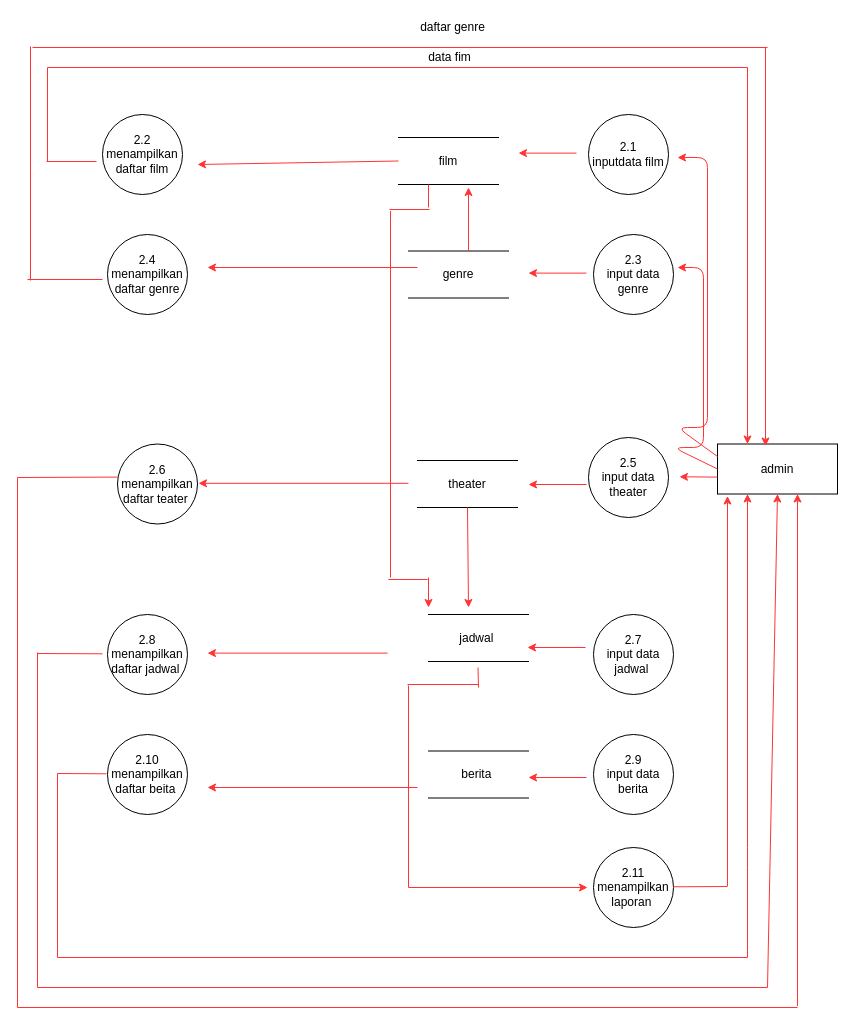
dindatsniaa/perpstakaan keeps this draw.io diagram as page "Page-4" (4 of 5) of Untitled Diagram.drawio. Above is the earlier version. Source tidied: cells renumbered, new cells numbered last; positions are measured from the earlier drawing's top-left corner, leaving out a move shared by most shapes. Both pictures are drawn from the tidied source at 100%, with x=0, y=0 at pixel (17, 17).
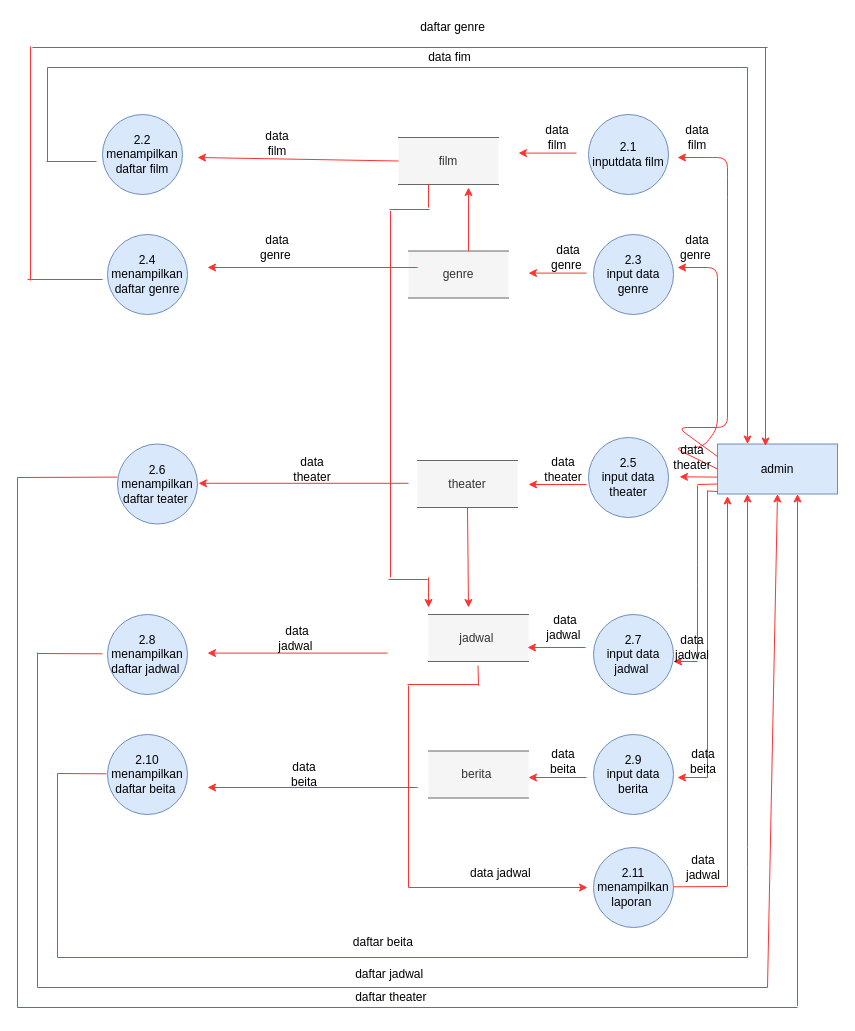
After the change.

What changed in the source:
```diff
@@
-    <mxCell id="2" value="2.2&lt;br&gt;menampilkan daftar film" style="ellipse;whiteSpace=wrap;html=1;" parent="1" vertex="1">
+    <mxCell id="2" value="2.2&lt;br&gt;menampilkan daftar film" style="ellipse;whiteSpace=wrap;html=1;fillColor=#dae8fc;strokeColor=#6c8ebf;" parent="1" vertex="1">
       <mxGeometry x="85" y="97" width="80" height="80" as="geometry" />
     </mxCell>
-    <mxCell id="3" value="2.4&lt;br&gt;menampilkan daftar genre" style="ellipse;whiteSpace=wrap;html=1;" parent="1" vertex="1">
+    <mxCell id="3" value="2.4&lt;br&gt;menampilkan daftar genre" style="ellipse;whiteSpace=wrap;html=1;fillColor=#dae8fc;strokeColor=#6c8ebf;" parent="1" vertex="1">
       <mxGeometry x="90" y="217" width="80" height="80" as="geometry" />
     </mxCell>
-    <mxCell id="4" value="2.6&lt;br&gt;menampilkan daftar teater&amp;nbsp;" style="ellipse;whiteSpace=wrap;html=1;" parent="1" vertex="1">
+    <mxCell id="4" value="2.6&lt;br&gt;menampilkan daftar teater&amp;nbsp;" style="ellipse;whiteSpace=wrap;html=1;fillColor=#dae8fc;strokeColor=#6c8ebf;" parent="1" vertex="1">
       <mxGeometry x="100" y="426.5" width="80" height="80" as="geometry" />
     </mxCell>
-    <mxCell id="5" value="2.8&lt;br&gt;menampilkan daftar jadwal&amp;nbsp;" style="ellipse;whiteSpace=wrap;html=1;" parent="1" vertex="1">
+    <mxCell id="5" value="2.8&lt;br&gt;menampilkan daftar jadwal&amp;nbsp;" style="ellipse;whiteSpace=wrap;html=1;fillColor=#dae8fc;strokeColor=#6c8ebf;" parent="1" vertex="1">
       <mxGeometry x="90" y="597" width="80" height="80" as="geometry" />
     </mxCell>
-    <mxCell id="6" value="2.10&lt;br&gt;menampilkan daftar beita&amp;nbsp;" style="ellipse;whiteSpace=wrap;html=1;" parent="1" vertex="1">
+    <mxCell id="6" value="2.10&lt;br&gt;menampilkan daftar beita&amp;nbsp;" style="ellipse;whiteSpace=wrap;html=1;fillColor=#dae8fc;strokeColor=#6c8ebf;" parent="1" vertex="1">
       <mxGeometry x="90" y="717" width="80" height="80" as="geometry" />
     </mxCell>
-    <mxCell id="7" value="2.1&lt;br&gt;inputdata film" style="ellipse;whiteSpace=wrap;html=1;" parent="1" vertex="1">
+    <mxCell id="7" value="2.1&lt;br&gt;inputdata film" style="ellipse;whiteSpace=wrap;html=1;fillColor=#dae8fc;strokeColor=#6c8ebf;" parent="1" vertex="1">
       <mxGeometry x="571" y="97" width="80" height="80" as="geometry" />
     </mxCell>
-    <mxCell id="8" value="2.3&lt;br&gt;input data genre" style="ellipse;whiteSpace=wrap;html=1;" parent="1" vertex="1">
+    <mxCell id="8" value="2.3&lt;br&gt;input data genre" style="ellipse;whiteSpace=wrap;html=1;fillColor=#dae8fc;strokeColor=#6c8ebf;" parent="1" vertex="1">
       <mxGeometry x="576" y="217" width="80" height="80" as="geometry" />
     </mxCell>
-    <mxCell id="9" value="2.5&lt;br&gt;input data theater" style="ellipse;whiteSpace=wrap;html=1;" parent="1" vertex="1">
+    <mxCell id="9" value="2.5&lt;br&gt;input data theater" style="ellipse;whiteSpace=wrap;html=1;fillColor=#dae8fc;strokeColor=#6c8ebf;" parent="1" vertex="1">
       <mxGeometry x="571" y="420" width="80" height="80" as="geometry" />
     </mxCell>
-    <mxCell id="10" value="2.7&lt;br&gt;input data jadwal&amp;nbsp;" style="ellipse;whiteSpace=wrap;html=1;" parent="1" vertex="1">
+    <mxCell id="10" value="2.7&lt;br&gt;input data jadwal&amp;nbsp;" style="ellipse;whiteSpace=wrap;html=1;fillColor=#dae8fc;strokeColor=#6c8ebf;" parent="1" vertex="1">
       <mxGeometry x="576" y="597" width="80" height="80" as="geometry" />
     </mxCell>
-    <mxCell id="11" value="2.9&lt;br&gt;input data berita" style="ellipse;whiteSpace=wrap;html=1;" parent="1" vertex="1">
+    <mxCell id="11" value="2.9&lt;br&gt;input data berita" style="ellipse;whiteSpace=wrap;html=1;fillColor=#dae8fc;strokeColor=#6c8ebf;" parent="1" vertex="1">
       <mxGeometry x="576" y="717" width="80" height="80" as="geometry" />
     </mxCell>
-    <mxCell id="12" value="2.11&lt;br&gt;menampilkan laporan&amp;nbsp;" style="ellipse;whiteSpace=wrap;html=1;" parent="1" vertex="1">
+    <mxCell id="12" value="2.11&lt;br&gt;menampilkan laporan&amp;nbsp;" style="ellipse;whiteSpace=wrap;html=1;fillColor=#dae8fc;strokeColor=#6c8ebf;" parent="1" vertex="1">
       <mxGeometry x="576" y="830" width="80" height="80" as="geometry" />
     </mxCell>
-    <mxCell id="13" value="film" style="shape=partialRectangle;whiteSpace=wrap;html=1;left=0;right=0;fillColor=none;" parent="1" vertex="1">
+    <mxCell id="13" value="film" style="shape=partialRectangle;whiteSpace=wrap;html=1;left=0;right=0;fillColor=#f5f5f5;strokeColor=#666666;fontColor=#333333;" parent="1" vertex="1">
       <mxGeometry x="381" y="120" width="100" height="47" as="geometry" />
     </mxCell>
-    <mxCell id="14" value="genre" style="shape=partialRectangle;whiteSpace=wrap;html=1;left=0;right=0;fillColor=none;" parent="1" vertex="1">
+    <mxCell id="14" value="genre" style="shape=partialRectangle;whiteSpace=wrap;html=1;left=0;right=0;fillColor=#f5f5f5;strokeColor=#666666;fontColor=#333333;" parent="1" vertex="1">
       <mxGeometry x="391" y="233.5" width="100" height="47" as="geometry" />
     </mxCell>
-    <mxCell id="15" value="theater" style="shape=partialRectangle;whiteSpace=wrap;html=1;left=0;right=0;fillColor=none;" parent="1" vertex="1">
+    <mxCell id="15" value="theater" style="shape=partialRectangle;whiteSpace=wrap;html=1;left=0;right=0;fillColor=#f5f5f5;strokeColor=#666666;fontColor=#333333;" parent="1" vertex="1">
       <mxGeometry x="400" y="443" width="100" height="47" as="geometry" />
     </mxCell>
-    <mxCell id="16" value="jadwal&amp;nbsp;" style="shape=partialRectangle;whiteSpace=wrap;html=1;left=0;right=0;fillColor=none;" parent="1" vertex="1">
+    <mxCell id="16" value="jadwal&amp;nbsp;" style="shape=partialRectangle;whiteSpace=wrap;html=1;left=0;right=0;fillColor=#f5f5f5;strokeColor=#666666;fontColor=#333333;" parent="1" vertex="1">
       <mxGeometry x="411" y="597" width="100" height="47" as="geometry" />
     </mxCell>
-    <mxCell id="17" value="berita&amp;nbsp;" style="shape=partialRectangle;whiteSpace=wrap;html=1;left=0;right=0;fillColor=none;" parent="1" vertex="1">
+    <mxCell id="17" value="berita&amp;nbsp;" style="shape=partialRectangle;whiteSpace=wrap;html=1;left=0;right=0;fillColor=#f5f5f5;strokeColor=#666666;fontColor=#333333;" parent="1" vertex="1">
       <mxGeometry x="411" y="733.5" width="100" height="47" as="geometry" />
     </mxCell>
-    <mxCell id="18" value="admin" style="rounded=0;whiteSpace=wrap;html=1;" parent="1" vertex="1">
+    <mxCell id="18" value="admin" style="rounded=0;whiteSpace=wrap;html=1;fillColor=#dae8fc;strokeColor=#6c8ebf;" parent="1" vertex="1">
       <mxGeometry x="700" y="426.5" width="120" height="50" as="geometry" />
     </mxCell>
@@
     <mxCell id="27" style="endArrow=classic;html=1;strokeColor=#FF3333;exitX=0;exitY=0.5;exitDx=0;exitDy=0;" parent="1" edge="1" source="13">
       <mxGeometry relative="1" as="geometry">
-        <mxPoint x="180" y="147" as="targetPoint" />
+        <mxPoint x="180" y="140" as="targetPoint" />
       </mxGeometry>
     </mxCell>
@@
     <mxCell id="58" style="endArrow=classic;html=1;strokeColor=#FF3333;exitX=0;exitY=0.25;exitDx=0;exitDy=0;" parent="1" edge="1" source="18">
       <mxGeometry relative="1" as="geometry">
         <mxPoint x="660" y="140" as="targetPoint" />
         <Array as="points">
           <mxPoint x="660" y="410" />
-          <mxPoint x="690" y="410" />
+          <mxPoint x="710" y="410" />
+          <mxPoint x="710" y="170" />
+          <mxPoint x="710" y="140" />
           <mxPoint x="690" y="140" />
         </Array>
       </mxGeometry>
     </mxCell>
     <mxCell id="59" style="endArrow=classic;html=1;strokeColor=#FF3333;exitX=0;exitY=0.5;exitDx=0;exitDy=0;" parent="1" edge="1" source="18">
       <mxGeometry relative="1" as="geometry">
         <mxPoint x="660" y="250" as="targetPoint" />
         <Array as="points">
           <mxPoint x="656" y="430" />
           <mxPoint x="686" y="430" />
-          <mxPoint x="686" y="250" />
+          <mxPoint x="700" y="410" />
+          <mxPoint x="700" y="250" />
         </Array>
       </mxGeometry>
     </mxCell>
@@
     <mxCell id="61" style="endArrow=none;html=1;strokeColor=#FF3333;" parent="1" edge="1">
       <mxGeometry relative="1" as="geometry">
-        <mxPoint x="461" y="670" as="sourcePoint" />
-        <mxPoint x="460.5" y="650" as="targetPoint" />
+        <mxPoint x="461" y="668" as="sourcePoint" />
+        <mxPoint x="460.5" y="648" as="targetPoint" />
       </mxGeometry>
     </mxCell>
@@
+    <mxCell id="67" value="daftar beita&amp;nbsp;" style="text;html=1;strokeColor=none;fillColor=none;align=center;verticalAlign=middle;whiteSpace=wrap;rounded=0;" parent="1" vertex="1">
+      <mxGeometry x="322" y="915" width="91" height="20" as="geometry" />
+    </mxCell>
+    <mxCell id="68" value="daftar jadwal&amp;nbsp;&amp;nbsp;" style="text;html=1;strokeColor=none;fillColor=none;align=center;verticalAlign=middle;whiteSpace=wrap;rounded=0;" parent="1" vertex="1">
+      <mxGeometry x="330" y="947" width="91" height="20" as="geometry" />
+    </mxCell>
+    <mxCell id="69" value="daftar theater&amp;nbsp;" style="text;html=1;strokeColor=none;fillColor=none;align=center;verticalAlign=middle;whiteSpace=wrap;rounded=0;" parent="1" vertex="1">
+      <mxGeometry x="330" y="970" width="91" height="20" as="geometry" />
+    </mxCell>
+    <mxCell id="70" value="data jadwal&amp;nbsp;" style="text;html=1;strokeColor=none;fillColor=none;align=center;verticalAlign=middle;whiteSpace=wrap;rounded=0;" parent="1" vertex="1">
+      <mxGeometry x="450" y="846" width="70" height="20" as="geometry" />
+    </mxCell>
+    <mxCell id="71" value="data&lt;br&gt;&amp;nbsp;jadwal&amp;nbsp;" style="text;html=1;strokeColor=none;fillColor=none;align=center;verticalAlign=middle;whiteSpace=wrap;rounded=0;" parent="1" vertex="1">
+      <mxGeometry x="651" y="840" width="70" height="20" as="geometry" />
+    </mxCell>
+    <mxCell id="72" style="endArrow=classic;html=1;strokeColor=#FF3333;" parent="1" edge="1">
+      <mxGeometry relative="1" as="geometry">
+        <mxPoint x="690" y="760" as="sourcePoint" />
+        <mxPoint x="660" y="760" as="targetPoint" />
+      </mxGeometry>
+    </mxCell>
+    <mxCell id="73" style="endArrow=none;html=1;strokeColor=#FF3333;" parent="1" edge="1">
+      <mxGeometry relative="1" as="geometry">
+        <mxPoint x="690" y="760" as="sourcePoint" />
+        <mxPoint x="690" y="473" as="targetPoint" />
+      </mxGeometry>
+    </mxCell>
+    <mxCell id="74" style="endArrow=none;html=1;strokeColor=#FF3333;" parent="1" edge="1">
+      <mxGeometry relative="1" as="geometry">
+        <mxPoint x="690" y="473.5" as="sourcePoint" />
+        <mxPoint x="700" y="474" as="targetPoint" />
+      </mxGeometry>
+    </mxCell>
+    <mxCell id="75" style="endArrow=classic;html=1;strokeColor=#FF3333;" parent="1" edge="1">
+      <mxGeometry relative="1" as="geometry">
+        <mxPoint x="680" y="644" as="sourcePoint" />
+        <mxPoint x="656" y="644" as="targetPoint" />
+      </mxGeometry>
+    </mxCell>
+    <mxCell id="76" style="endArrow=none;html=1;strokeColor=#FF3333;" parent="1" edge="1">
+      <mxGeometry relative="1" as="geometry">
+        <mxPoint x="680" y="642" as="sourcePoint" />
+        <mxPoint x="680" y="468" as="targetPoint" />
+        <Array as="points">
+          <mxPoint x="680" y="558" />
+        </Array>
+      </mxGeometry>
+    </mxCell>
+    <mxCell id="77" style="endArrow=none;html=1;strokeColor=#FF3333;" parent="1" edge="1">
+      <mxGeometry relative="1" as="geometry">
+        <mxPoint x="680" y="467" as="sourcePoint" />
+        <mxPoint x="700" y="466.5" as="targetPoint" />
+      </mxGeometry>
+    </mxCell>
+    <mxCell id="78" value="data&lt;br&gt;&amp;nbsp;beita&amp;nbsp;" style="text;html=1;strokeColor=none;fillColor=none;align=center;verticalAlign=middle;whiteSpace=wrap;rounded=0;" parent="1" vertex="1">
+      <mxGeometry x="651" y="733.5" width="70" height="20" as="geometry" />
+    </mxCell>
+    <mxCell id="79" value="data&lt;br&gt;&amp;nbsp;beita&amp;nbsp;" style="text;html=1;strokeColor=none;fillColor=none;align=center;verticalAlign=middle;whiteSpace=wrap;rounded=0;" parent="1" vertex="1">
+      <mxGeometry x="511" y="733.5" width="70" height="20" as="geometry" />
+    </mxCell>
+    <mxCell id="80" value="data&lt;br&gt;&amp;nbsp;jadwal&amp;nbsp;" style="text;html=1;strokeColor=none;fillColor=none;align=center;verticalAlign=middle;whiteSpace=wrap;rounded=0;" parent="1" vertex="1">
+      <mxGeometry x="640" y="620" width="70" height="20" as="geometry" />
+    </mxCell>
+    <mxCell id="81" value="data jadwal&amp;nbsp;" style="text;html=1;strokeColor=none;fillColor=none;align=center;verticalAlign=middle;whiteSpace=wrap;rounded=0;" parent="1" vertex="1">
+      <mxGeometry x="520" y="600" width="56" height="20" as="geometry" />
+    </mxCell>
+    <mxCell id="82" value="data&lt;br&gt;&amp;nbsp;theater&amp;nbsp;" style="text;html=1;strokeColor=none;fillColor=none;align=center;verticalAlign=middle;whiteSpace=wrap;rounded=0;" parent="1" vertex="1">
+      <mxGeometry x="640" y="430" width="70" height="20" as="geometry" />
+    </mxCell>
+    <mxCell id="83" value="data&lt;br&gt;&amp;nbsp;theater&amp;nbsp;" style="text;html=1;strokeColor=none;fillColor=none;align=center;verticalAlign=middle;whiteSpace=wrap;rounded=0;" parent="1" vertex="1">
+      <mxGeometry x="511" y="441.5" width="70" height="20" as="geometry" />
+    </mxCell>
+    <mxCell id="84" value="data&lt;br&gt;&amp;nbsp;beita&amp;nbsp;" style="text;html=1;strokeColor=none;fillColor=none;align=center;verticalAlign=middle;whiteSpace=wrap;rounded=0;" parent="1" vertex="1">
+      <mxGeometry x="252" y="747" width="70" height="20" as="geometry" />
+    </mxCell>
+    <mxCell id="85" value="data jadwal&amp;nbsp;" style="text;html=1;strokeColor=none;fillColor=none;align=center;verticalAlign=middle;whiteSpace=wrap;rounded=0;" parent="1" vertex="1">
+      <mxGeometry x="252" y="610.5" width="56" height="20" as="geometry" />
+    </mxCell>
+    <mxCell id="86" value="data&lt;br&gt;&amp;nbsp;theater&amp;nbsp;" style="text;html=1;strokeColor=none;fillColor=none;align=center;verticalAlign=middle;whiteSpace=wrap;rounded=0;" parent="1" vertex="1">
+      <mxGeometry x="260" y="441.5" width="70" height="20" as="geometry" />
+    </mxCell>
+    <mxCell id="87" value="data genre&amp;nbsp;" style="text;html=1;strokeColor=none;fillColor=none;align=center;verticalAlign=middle;whiteSpace=wrap;rounded=0;" parent="1" vertex="1">
+      <mxGeometry x="660" y="220" width="40" height="20" as="geometry" />
+    </mxCell>
+    <mxCell id="88" value="data genre&amp;nbsp;" style="text;html=1;strokeColor=none;fillColor=none;align=center;verticalAlign=middle;whiteSpace=wrap;rounded=0;" parent="1" vertex="1">
+      <mxGeometry x="531" y="230" width="40" height="20" as="geometry" />
+    </mxCell>
+    <mxCell id="89" value="data genre&amp;nbsp;" style="text;html=1;strokeColor=none;fillColor=none;align=center;verticalAlign=middle;whiteSpace=wrap;rounded=0;" parent="1" vertex="1">
+      <mxGeometry x="240" y="220" width="40" height="20" as="geometry" />
+    </mxCell>
+    <mxCell id="90" value="data film" style="text;html=1;strokeColor=none;fillColor=none;align=center;verticalAlign=middle;whiteSpace=wrap;rounded=0;" parent="1" vertex="1">
+      <mxGeometry x="660" y="110" width="40" height="20" as="geometry" />
+    </mxCell>
+    <mxCell id="91" value="data film" style="text;html=1;strokeColor=none;fillColor=none;align=center;verticalAlign=middle;whiteSpace=wrap;rounded=0;" parent="1" vertex="1">
+      <mxGeometry x="520" y="110" width="40" height="20" as="geometry" />
+    </mxCell>
+    <mxCell id="92" value="data film" style="text;html=1;strokeColor=none;fillColor=none;align=center;verticalAlign=middle;whiteSpace=wrap;rounded=0;" parent="1" vertex="1">
+      <mxGeometry x="240" y="116" width="40" height="20" as="geometry" />
+    </mxCell>
```
